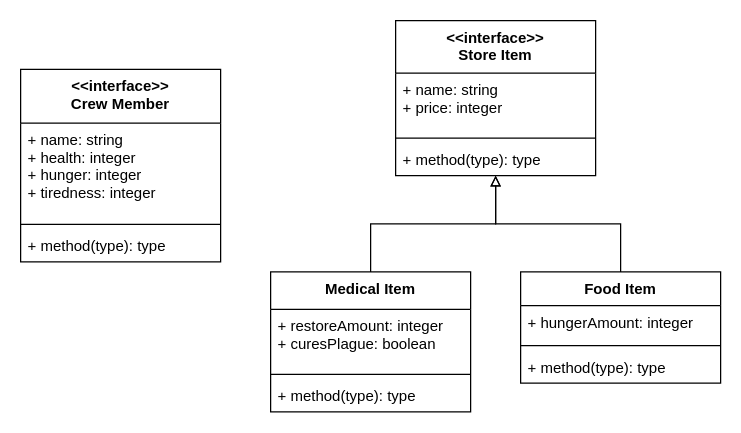
Before: UML/Class Diagram.drawio in SaahilNZ/SENG201-Space-Explorer, a draw.io diagram. Source tidied: cells renumbered, new cells numbered last; positions are measured from the earlier drawing's top-left corner, leaving out a move shared by most shapes. Both pictures are drawn from the tidied source at 125%, with x=0, y=0 at pixel (20, 20).
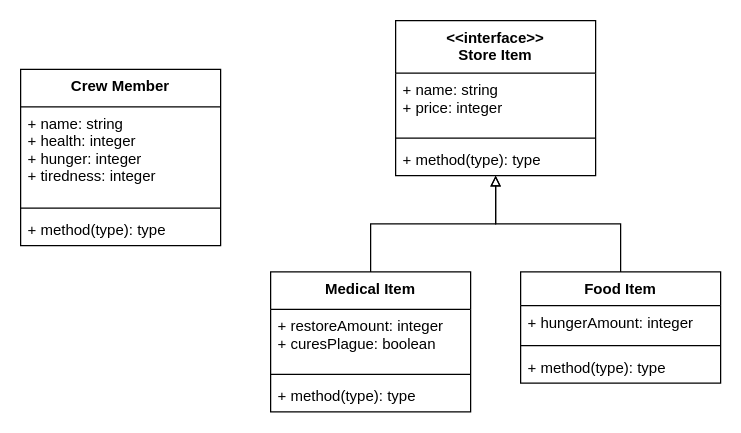
The same diagram, later.

Commit message:
Change Crew Member interface to a class in the class diagram

Change to the diagram source:
```diff
@@
 <mxGraphModel>
   <root>
     <mxCell id="0" />
     <mxCell id="1" parent="0" />
-    <mxCell id="2" value="&lt;&lt;interface&gt;&gt;&#10;Crew Member&#10;&#10;" style="swimlane;fontStyle=1;align=center;verticalAlign=top;horizontal=1;startSize=43;" parent="1" vertex="1">
-      <mxGeometry y="39" width="160" height="154" as="geometry" />
+    <mxCell id="2" value="Crew Member&#10;" style="swimlane;fontStyle=1;align=center;verticalAlign=top;horizontal=1;startSize=30;" parent="1" vertex="1">
+      <mxGeometry y="39" width="160" height="141" as="geometry" />
     </mxCell>
     <mxCell id="3" value="+ name: string&#10;+ health: integer&#10;+ hunger: integer&#10;+ tiredness: integer&#10;" style="text;strokeColor=none;fillColor=none;align=left;verticalAlign=top;spacingLeft=4;spacingRight=4;overflow=hidden;" parent="2" vertex="1">
-      <mxGeometry y="43" width="160" height="77" as="geometry" />
+      <mxGeometry y="30" width="160" height="77" as="geometry" />
     </mxCell>
     <mxCell id="4" style="line;strokeWidth=1;fillColor=none;align=left;verticalAlign=middle;spacingTop=-1;spacingLeft=3;spacingRight=3;labelPosition=right;" parent="2" vertex="1">
-      <mxGeometry y="120" width="160" height="8" as="geometry" />
+      <mxGeometry y="107" width="160" height="8" as="geometry" />
     </mxCell>
     <mxCell id="5" value="+ method(type): type" style="text;strokeColor=none;fillColor=none;align=left;verticalAlign=top;spacingLeft=4;spacingRight=4;overflow=hidden;" parent="2" vertex="1">
-      <mxGeometry y="128" width="160" height="26" as="geometry" />
+      <mxGeometry y="115" width="160" height="26" as="geometry" />
     </mxCell>
     <mxCell id="6" style="edgeStyle=orthogonalEdgeStyle;rounded=0;jettySize=auto;html=1;exitX=0.5;exitY=0;exitDx=0;exitDy=0;entryX=0.5;entryY=1;entryDx=0;entryDy=0;endArrow=block;endFill=0;" parent="1" edge="1" source="7" target="16">
       <mxGeometry relative="1" as="geometry" />
     </mxCell>
     <mxCell id="7" value="Medical Item&#10;" style="swimlane;fontStyle=1;align=center;verticalAlign=top;horizontal=1;startSize=30;" parent="1" vertex="1">
       <mxGeometry x="200" y="201" width="160" height="112" as="geometry" />
     </mxCell>
     <mxCell id="8" value="+ restoreAmount: integer&#10;+ curesPlague: boolean&#10;" style="text;strokeColor=none;fillColor=none;align=left;verticalAlign=top;spacingLeft=4;spacingRight=4;overflow=hidden;" parent="7" vertex="1">
       <mxGeometry y="30" width="160" height="48" as="geometry" />
     </mxCell>
     <mxCell id="9" style="line;strokeWidth=1;fillColor=none;align=left;verticalAlign=middle;spacingTop=-1;spacingLeft=3;spacingRight=3;labelPosition=right;" parent="7" vertex="1">
       <mxGeometry y="78" width="160" height="8" as="geometry" />
     </mxCell>
     <mxCell id="10" value="+ method(type): type" style="text;strokeColor=none;fillColor=none;align=left;verticalAlign=top;spacingLeft=4;spacingRight=4;overflow=hidden;" parent="7" vertex="1">
       <mxGeometry y="86" width="160" height="26" as="geometry" />
     </mxCell>
     <mxCell id="11" style="edgeStyle=orthogonalEdgeStyle;rounded=0;jettySize=auto;html=1;exitX=0.5;exitY=0;exitDx=0;exitDy=0;entryX=0.5;entryY=1;entryDx=0;entryDy=0;endArrow=block;endFill=0;" parent="1" edge="1" source="12" target="16">
       <mxGeometry relative="1" as="geometry" />
     </mxCell>
     <mxCell id="12" value="Food Item&#10;" style="swimlane;fontStyle=1;align=center;verticalAlign=top;horizontal=1;startSize=27;" parent="1" vertex="1">
       <mxGeometry x="400" y="201" width="160" height="89" as="geometry" />
     </mxCell>
     <mxCell id="13" value="+ hungerAmount: integer&#10;" style="text;strokeColor=none;fillColor=none;align=left;verticalAlign=top;spacingLeft=4;spacingRight=4;overflow=hidden;" parent="12" vertex="1">
       <mxGeometry y="27" width="160" height="28" as="geometry" />
     </mxCell>
     <mxCell id="14" style="line;strokeWidth=1;fillColor=none;align=left;verticalAlign=middle;spacingTop=-1;spacingLeft=3;spacingRight=3;labelPosition=right;" parent="12" vertex="1">
       <mxGeometry y="55" width="160" height="8" as="geometry" />
     </mxCell>
     <mxCell id="15" value="+ method(type): type" style="text;strokeColor=none;fillColor=none;align=left;verticalAlign=top;spacingLeft=4;spacingRight=4;overflow=hidden;" parent="12" vertex="1">
       <mxGeometry y="63" width="160" height="26" as="geometry" />
     </mxCell>
     <mxCell id="16" value="&lt;&lt;interface&gt;&gt;&#10;Store Item&#10;" style="swimlane;fontStyle=1;align=center;verticalAlign=top;horizontal=1;startSize=42;" parent="1" vertex="1">
       <mxGeometry x="300" width="160" height="124" as="geometry" />
     </mxCell>
     <mxCell id="17" value="+ name: string&#10;+ price: integer&#10;" style="text;strokeColor=none;fillColor=none;align=left;verticalAlign=top;spacingLeft=4;spacingRight=4;overflow=hidden;" parent="16" vertex="1">
       <mxGeometry y="42" width="160" height="48" as="geometry" />
     </mxCell>
     <mxCell id="18" style="line;strokeWidth=1;fillColor=none;align=left;verticalAlign=middle;spacingTop=-1;spacingLeft=3;spacingRight=3;labelPosition=right;" parent="16" vertex="1">
       <mxGeometry y="90" width="160" height="8" as="geometry" />
     </mxCell>
     <mxCell id="19" value="+ method(type): type" style="text;strokeColor=none;fillColor=none;align=left;verticalAlign=top;spacingLeft=4;spacingRight=4;overflow=hidden;" parent="16" vertex="1">
       <mxGeometry y="98" width="160" height="26" as="geometry" />
     </mxCell>
   </root>
 </mxGraphModel>
```
